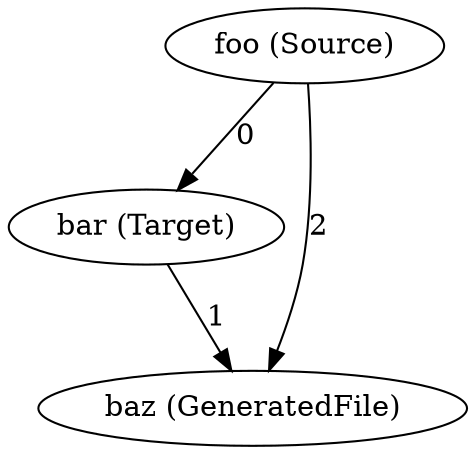
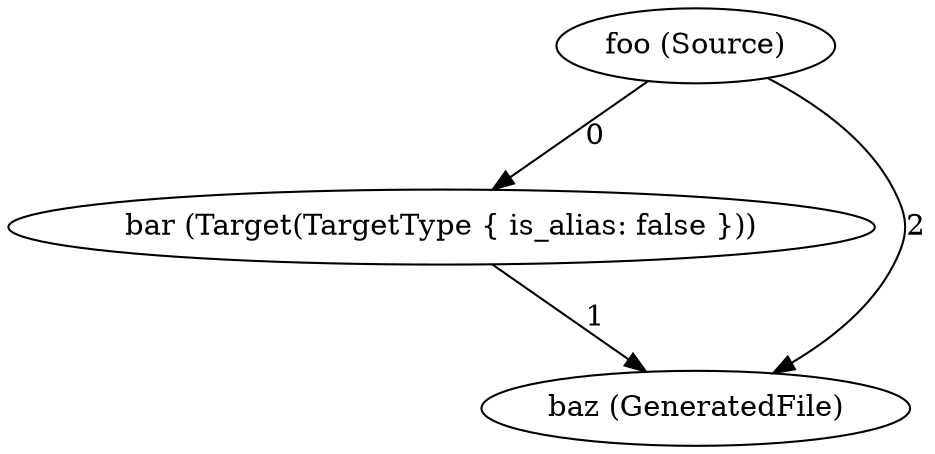
digraph DependencyGraph {
    0 [label="foo (Source)"]
-     1 [label="bar (Target)"]
+     1 [label="bar (Target(TargetType { is_alias: false }))"]
    2 [label="baz (GeneratedFile)"]
    0 -> 1 [label="0"]
    1 -> 2 [label="1"]
    0 -> 2 [label="2"]
}
